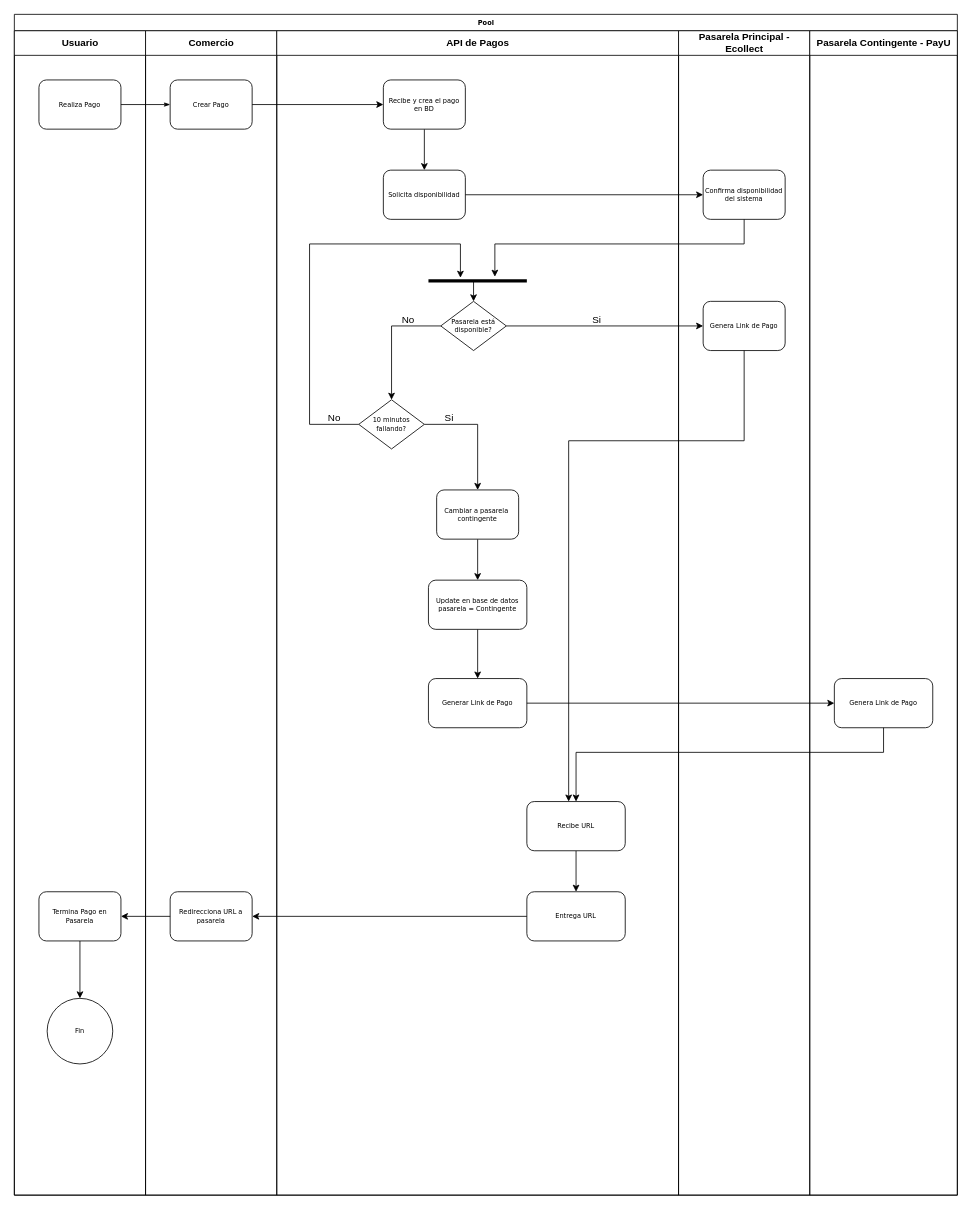
Before: page "Page-5" (5 of 5) of PasarelaContingente3.drawio in carlosvalderrama1204/diagrams, a draw.io diagram. Source tidied: cells renumbered, new cells numbered last; positions are measured from the earlier drawing's top-left corner, leaving out a move shared by most shapes. Both pictures are drawn from the tidied source at 82%, with x=0, y=0 at pixel (14, 14).
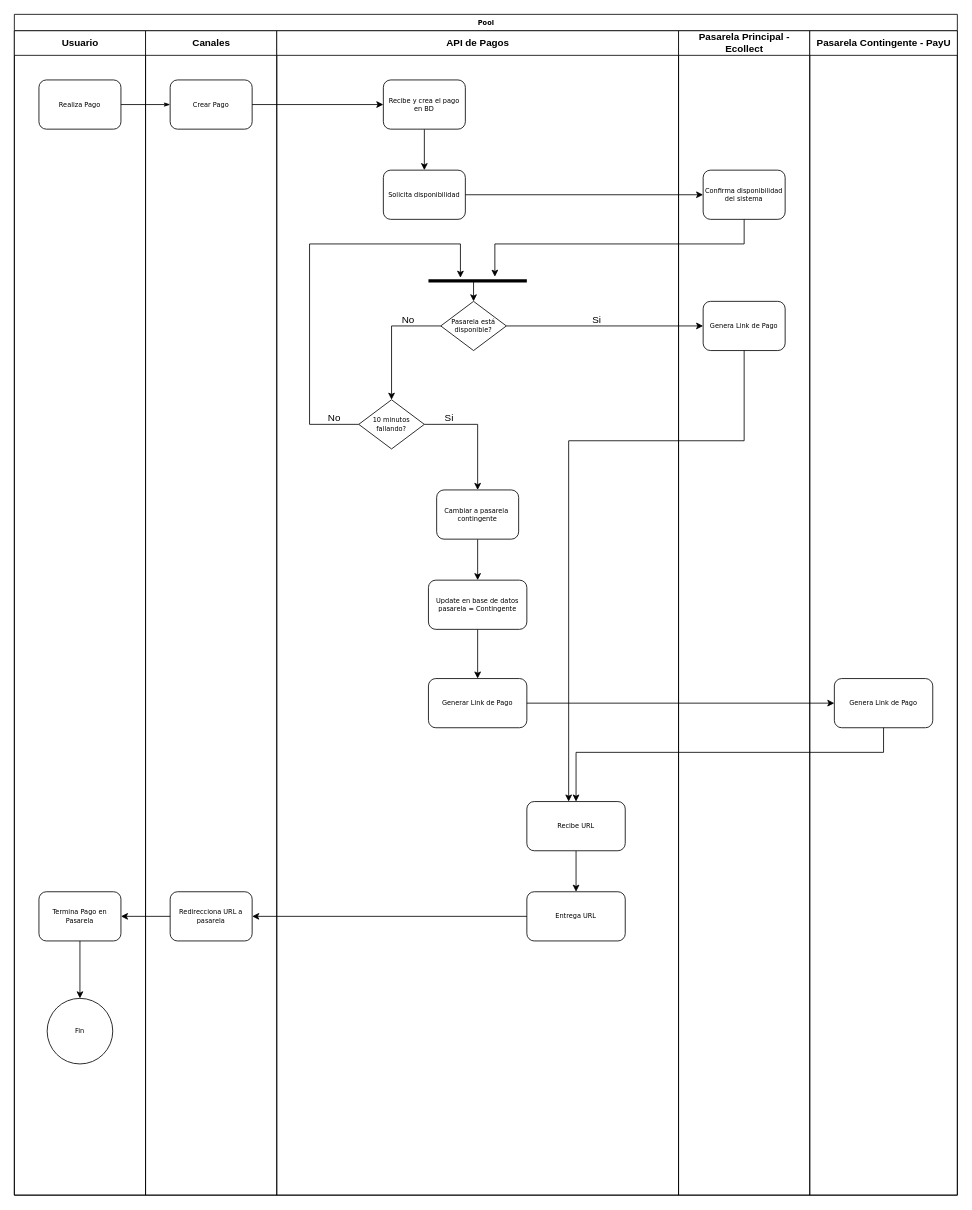
The same diagram, later.

The change refers to these unchanged cells:
```xml
<mxCell id="2" value="Pool" style="swimlane;html=1;startSize=20;rounded=0;shadow=0;labelBackgroundColor=none;strokeWidth=1;fontFamily=Verdana;fontSize=8;align=center;" parent="1" vertex="1">
  <mxGeometry width="1150" height="1440" as="geometry" />
</mxCell>
```

Diff of the diagram source:
```diff
@@
-    <mxCell id="12" value="Comercio" style="swimlane;html=1;startSize=30;" parent="2" vertex="1">
+    <mxCell id="12" value="Canales" style="swimlane;html=1;startSize=30;" parent="2" vertex="1">
       <mxGeometry x="160" y="20" width="160" height="1420" as="geometry" />
     </mxCell>
```
